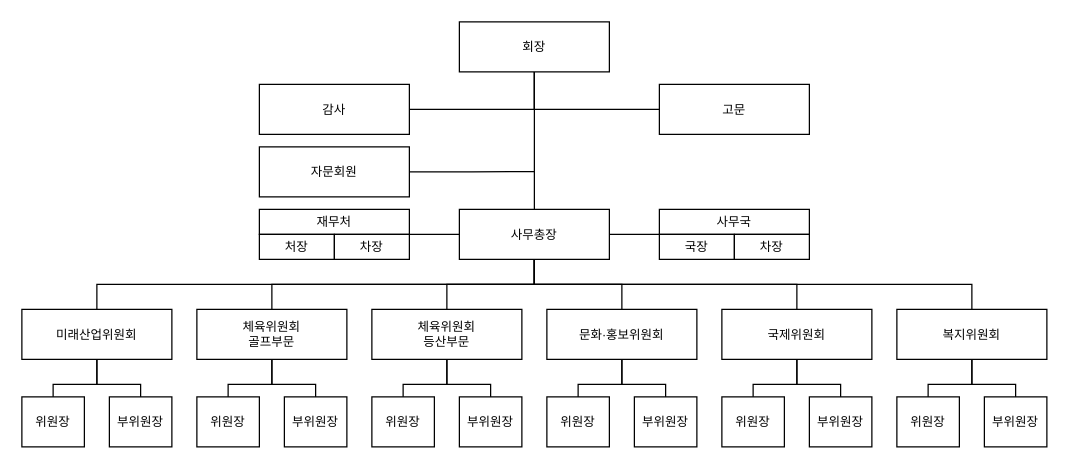
This is 제목 없는 다이어그램.drawio from Zeranium/web1, a draw.io file, before an edit. Source tidied: cells renumbered, new cells numbered last; positions are measured from the earlier drawing's top-left corner, leaving out a move shared by most shapes. Both pictures are drawn from the tidied source at 125%, with x=0, y=0 at pixel (21, 21).
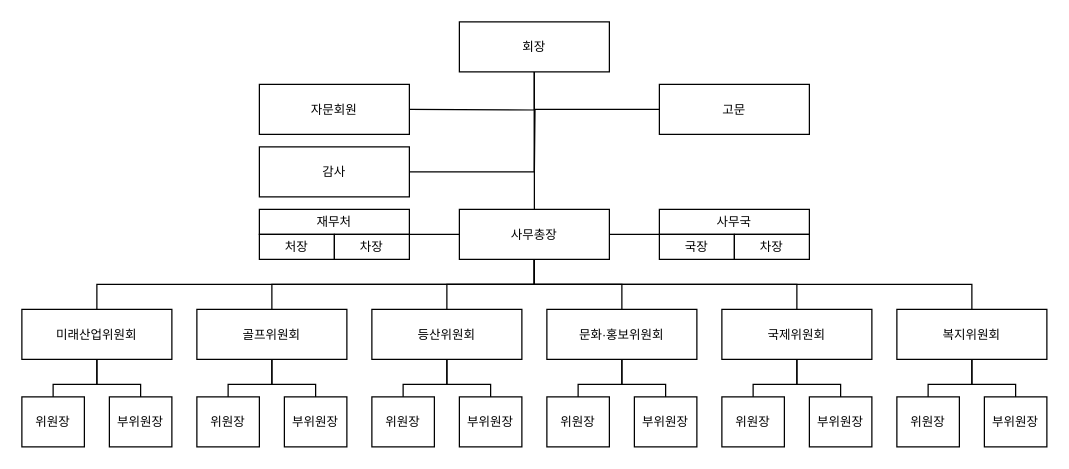
The same diagram, later.

Commit message:
제목 없는 다이어그램.drawio 업데이트

Change to the diagram source:
```diff
@@
-    <mxCell id="7" value="체육위원회&lt;div style=&quot;font-size: 10px;&quot;&gt;골프부문&lt;/div&gt;" style="whiteSpace=wrap;html=1;fontSize=10;" parent="1" vertex="1">
+    <mxCell id="7" value="골프위원회" style="whiteSpace=wrap;html=1;fontSize=10;" parent="1" vertex="1">
       <mxGeometry x="140" y="230" width="120" height="40" as="geometry" />
     </mxCell>
@@
-    <mxCell id="9" value="체육위원회&lt;div style=&quot;font-size: 10px;&quot;&gt;등산부문&lt;/div&gt;" style="whiteSpace=wrap;html=1;fontSize=10;" parent="1" vertex="1">
+    <mxCell id="9" value="등산위원회" style="whiteSpace=wrap;html=1;fontSize=10;" parent="1" vertex="1">
       <mxGeometry x="280" y="230" width="120" height="40" as="geometry" />
     </mxCell>
@@
     <mxCell id="42" value="감사" style="whiteSpace=wrap;html=1;fontSize=10;" parent="1" vertex="1">
-      <mxGeometry x="190" y="50" width="120" height="40" as="geometry" />
+      <mxGeometry x="190" y="100" width="120" height="40" as="geometry" />
     </mxCell>
-    <mxCell id="43" style="edgeStyle=orthogonalEdgeStyle;rounded=0;jettySize=auto;html=1;exitX=1;exitY=0.5;exitDx=0;exitDy=0;endArrow=none;endFill=0;fontSize=10;" parent="1" edge="1" source="44">
+    <mxCell id="43" style="edgeStyle=orthogonalEdgeStyle;rounded=0;orthogonalLoop=1;jettySize=auto;html=1;exitX=1;exitY=0.5;exitDx=0;exitDy=0;endArrow=none;endFill=0;fontSize=10;" parent="1" edge="1">
       <mxGeometry relative="1" as="geometry">
+        <mxPoint x="310" y="70" as="sourcePoint" />
         <mxPoint x="410" y="119.8" as="targetPoint" />
       </mxGeometry>
     </mxCell>
-    <mxCell id="44" value="자문회원" style="whiteSpace=wrap;html=1;fontSize=10;" parent="1" vertex="1">
-      <mxGeometry x="190" y="100" width="120" height="40" as="geometry" />
-    </mxCell>
@@
+    <mxCell id="44" value="자문회원" style="whiteSpace=wrap;html=1;fontSize=10;" parent="1" vertex="1">
+      <mxGeometry x="190" y="50" width="120" height="40" as="geometry" />
+    </mxCell>
```
